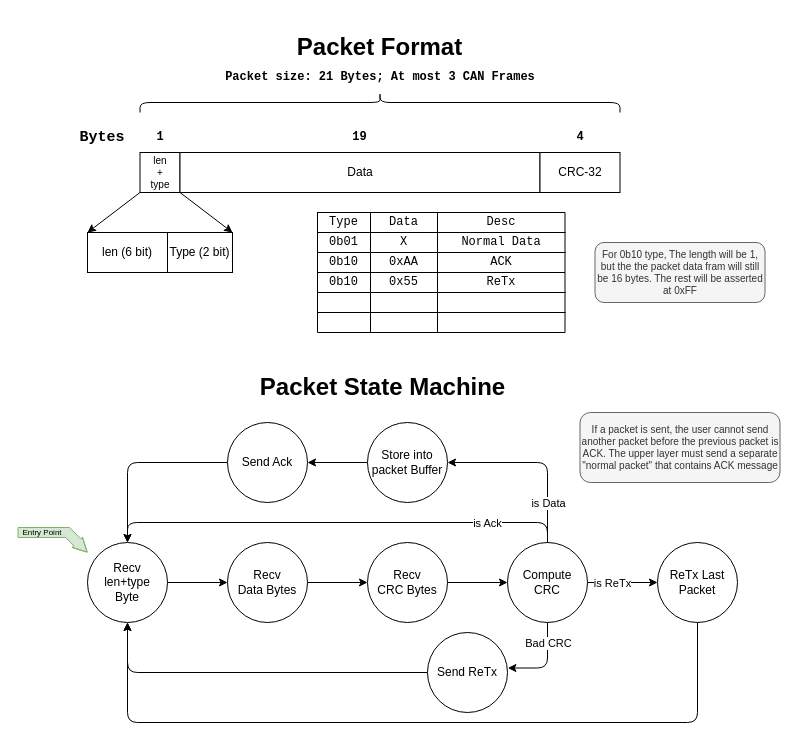
The draw.io diagram page "Packet" (3 of 4) of bootloader/bootloader mechanics.drawio in pipipipi2002/pmb_stm32, before the edit. Source tidied: cells renumbered, new cells numbered last; positions are measured from the earlier drawing's top-left corner, leaving out a move shared by most shapes. Both pictures are drawn from the tidied source at 100%, with x=0, y=0 at pixel (17, -138).
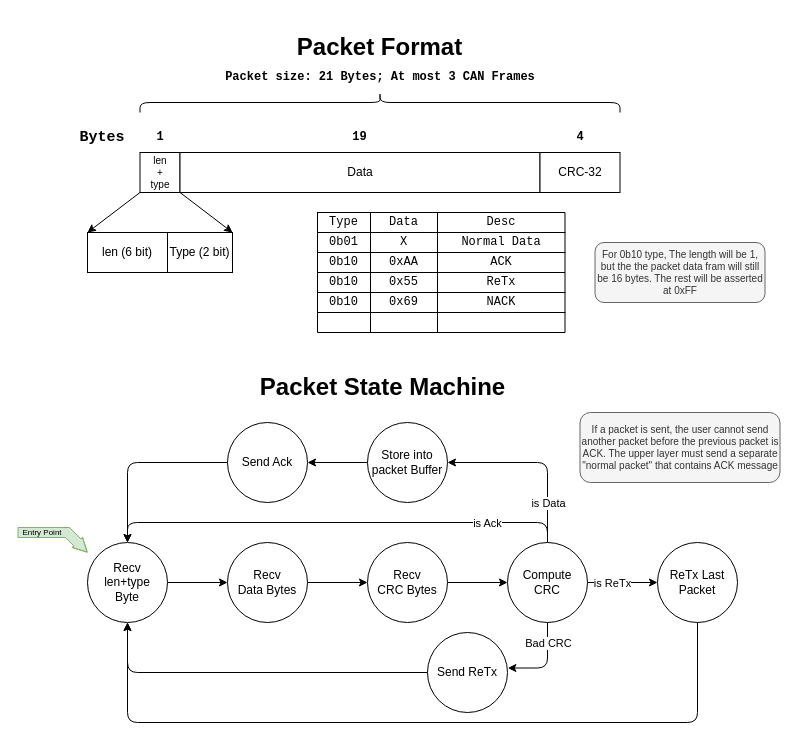
Above is the later version.

The change refers to these unchanged cells:
```xml
<mxCell id="34" style="shape=tableRow;horizontal=0;startSize=0;swimlaneHead=0;swimlaneBody=0;strokeColor=inherit;top=0;left=0;bottom=0;right=0;fillColor=none;fontSize=16;fontFamily=Courier New;" parent="29" vertex="1">
  <mxGeometry y="20" width="247.5" height="20" as="geometry" />
</mxCell>
```

The edit, as a diff of the source:
```diff
@@
-    <mxCell id="35" style="shape=partialRectangle;html=1;whiteSpace=wrap;strokeColor=inherit;overflow=hidden;fillColor=none;top=0;left=0;bottom=0;right=0;fontSize=12;fontFamily=Courier New;" parent="34" vertex="1">
+    <mxCell id="35" value="0b10" style="shape=partialRectangle;html=1;whiteSpace=wrap;strokeColor=inherit;overflow=hidden;fillColor=none;top=0;left=0;bottom=0;right=0;fontSize=12;fontFamily=Courier New;" parent="34" vertex="1">
       <mxGeometry width="53" height="20" as="geometry" />
     </mxCell>
-    <mxCell id="36" style="shape=partialRectangle;html=1;whiteSpace=wrap;strokeColor=inherit;overflow=hidden;fillColor=none;top=0;left=0;bottom=0;right=0;fontSize=12;fontFamily=Courier New;" parent="34" vertex="1">
+    <mxCell id="36" value="0x69" style="shape=partialRectangle;html=1;whiteSpace=wrap;strokeColor=inherit;overflow=hidden;fillColor=none;top=0;left=0;bottom=0;right=0;fontSize=12;fontFamily=Courier New;" parent="34" vertex="1">
       <mxGeometry x="53" width="67" height="20" as="geometry" />
     </mxCell>
-    <mxCell id="37" style="shape=partialRectangle;html=1;whiteSpace=wrap;strokeColor=inherit;overflow=hidden;fillColor=none;top=0;left=0;bottom=0;right=0;fontSize=12;fontFamily=Courier New;" parent="34" vertex="1">
+    <mxCell id="37" value="NACK" style="shape=partialRectangle;html=1;whiteSpace=wrap;strokeColor=inherit;overflow=hidden;fillColor=none;top=0;left=0;bottom=0;right=0;fontSize=12;fontFamily=Courier New;" parent="34" vertex="1">
       <mxGeometry x="120" width="128" height="20" as="geometry" />
     </mxCell>
```
